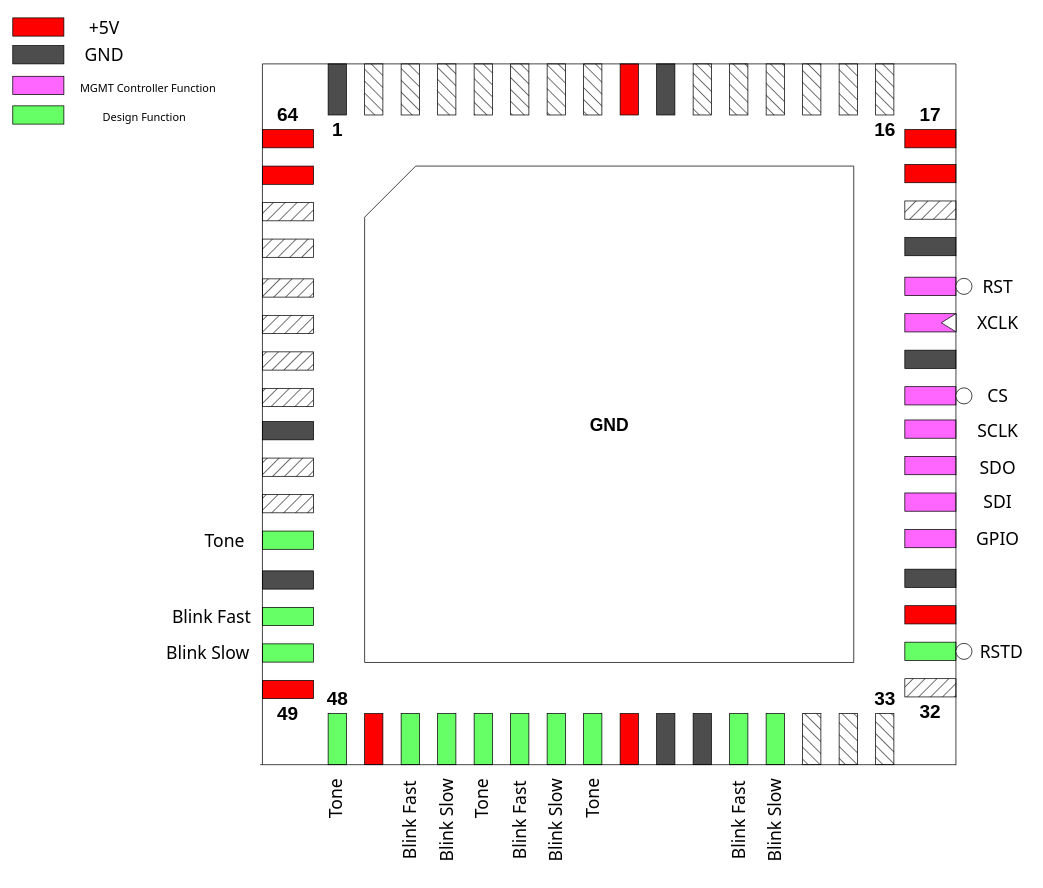
Earlier version of the draw.io diagram verilog/rtl/Blinker/pinout.drawio (AvalonSemiconductors/gfmpw1-multi). Source tidied: cells renumbered, new cells numbered last; positions are measured from the earlier drawing's top-left corner, leaving out a move shared by most shapes. Both pictures are drawn from the tidied source at 73%, with x=0, y=0 at pixel (12, 12).
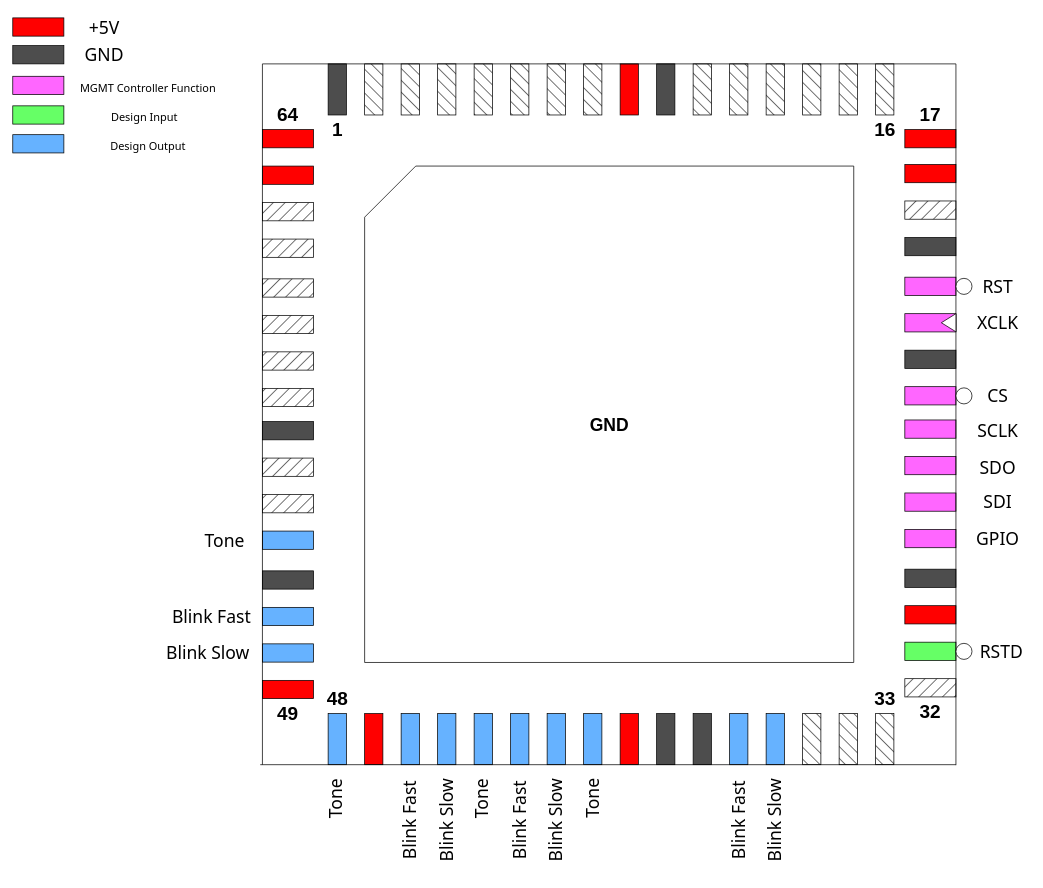
After the change.

Diff of the diagram source:
```diff
@@
-    <mxCell id="13" style="rounded=0;whiteSpace=wrap;html=1;fillColor=#66FF66;" parent="1" vertex="1">
+    <mxCell id="13" style="rounded=0;whiteSpace=wrap;html=1;fillColor=#66B2FF;" parent="1" vertex="1">
       <mxGeometry x="342" y="711" width="70" height="25" as="geometry" />
     </mxCell>
@@
-    <mxCell id="15" style="rounded=0;whiteSpace=wrap;html=1;fillColor=#66FF66;" parent="1" vertex="1">
+    <mxCell id="15" style="rounded=0;whiteSpace=wrap;html=1;fillColor=#66B2FF;" parent="1" vertex="1">
       <mxGeometry x="342" y="815.5" width="70" height="25" as="geometry" />
     </mxCell>
-    <mxCell id="16" style="rounded=0;whiteSpace=wrap;html=1;fillColor=#66FF66;" parent="1" vertex="1">
+    <mxCell id="16" style="rounded=0;whiteSpace=wrap;html=1;fillColor=#66B2FF;" parent="1" vertex="1">
       <mxGeometry x="342" y="865.5" width="70" height="25" as="geometry" />
     </mxCell>
@@
-    <mxCell id="34" style="rounded=0;whiteSpace=wrap;html=1;direction=south;fillColor=#66FF66;" parent="1" vertex="1">
+    <mxCell id="34" style="rounded=0;whiteSpace=wrap;html=1;direction=south;fillColor=#66B2FF;" parent="1" vertex="1">
       <mxGeometry x="432" y="961" width="25" height="70" as="geometry" />
     </mxCell>
@@
-    <mxCell id="36" style="rounded=0;whiteSpace=wrap;html=1;direction=south;fillColor=#66FF66;" parent="1" vertex="1">
+    <mxCell id="36" style="rounded=0;whiteSpace=wrap;html=1;direction=south;fillColor=#66B2FF;" parent="1" vertex="1">
       <mxGeometry x="532" y="961" width="25" height="70" as="geometry" />
     </mxCell>
-    <mxCell id="37" style="rounded=0;whiteSpace=wrap;html=1;direction=south;fillColor=#66FF66;" parent="1" vertex="1">
+    <mxCell id="37" style="rounded=0;whiteSpace=wrap;html=1;direction=south;fillColor=#66B2FF;" parent="1" vertex="1">
       <mxGeometry x="582" y="961" width="25" height="70" as="geometry" />
     </mxCell>
-    <mxCell id="38" style="rounded=0;whiteSpace=wrap;html=1;direction=south;fillColor=#66FF66;" parent="1" vertex="1">
+    <mxCell id="38" style="rounded=0;whiteSpace=wrap;html=1;direction=south;fillColor=#66B2FF;" parent="1" vertex="1">
       <mxGeometry x="632" y="961" width="25" height="70" as="geometry" />
     </mxCell>
-    <mxCell id="39" style="rounded=0;whiteSpace=wrap;html=1;direction=south;fillColor=#66FF66;" parent="1" vertex="1">
+    <mxCell id="39" style="rounded=0;whiteSpace=wrap;html=1;direction=south;fillColor=#66B2FF;" parent="1" vertex="1">
       <mxGeometry x="682" y="961" width="25" height="70" as="geometry" />
     </mxCell>
-    <mxCell id="40" style="rounded=0;whiteSpace=wrap;html=1;direction=south;fillColor=#66FF66;" parent="1" vertex="1">
+    <mxCell id="40" style="rounded=0;whiteSpace=wrap;html=1;direction=south;fillColor=#66B2FF;" parent="1" vertex="1">
       <mxGeometry x="732" y="961" width="25" height="70" as="geometry" />
     </mxCell>
-    <mxCell id="41" style="rounded=0;whiteSpace=wrap;html=1;direction=south;fillColor=#66FF66;" parent="1" vertex="1">
+    <mxCell id="41" style="rounded=0;whiteSpace=wrap;html=1;direction=south;fillColor=#66B2FF;" parent="1" vertex="1">
       <mxGeometry x="782" y="961" width="25" height="70" as="geometry" />
     </mxCell>
@@
-    <mxCell id="45" style="rounded=0;whiteSpace=wrap;html=1;direction=south;fillColor=#66FF66;" parent="1" vertex="1">
+    <mxCell id="45" style="rounded=0;whiteSpace=wrap;html=1;direction=south;fillColor=#66B2FF;" parent="1" vertex="1">
       <mxGeometry x="982" y="961" width="25" height="70" as="geometry" />
     </mxCell>
-    <mxCell id="46" style="rounded=0;whiteSpace=wrap;html=1;direction=south;fillColor=#66FF66;" parent="1" vertex="1">
+    <mxCell id="46" style="rounded=0;whiteSpace=wrap;html=1;direction=south;fillColor=#66B2FF;" parent="1" vertex="1">
       <mxGeometry x="1032" y="961" width="25" height="70" as="geometry" />
     </mxCell>
@@
-    <mxCell id="114" value="&lt;div style=&quot;font-size: 23px;&quot;&gt;&lt;font style=&quot;font-size: 15px;&quot;&gt;Design Function&lt;/font&gt;&lt;/div&gt;" style="text;html=1;align=center;verticalAlign=middle;strokeColor=none;fillColor=none;fontFamily=Tahoma;" parent="1" vertex="1">
-      <mxGeometry x="110" y="121" width="140" height="40" as="geometry" />
+    <mxCell id="114" value="&lt;div style=&quot;font-size: 23px;&quot;&gt;&lt;font style=&quot;font-size: 15px;&quot;&gt;Design Input&lt;/font&gt;&lt;/div&gt;" style="text;html=1;align=center;verticalAlign=middle;strokeColor=none;fillColor=none;fontFamily=Tahoma;" parent="1" vertex="1">
+      <mxGeometry x="120" y="121" width="120" height="40" as="geometry" />
     </mxCell>
@@
+    <mxCell id="116" style="rounded=0;whiteSpace=wrap;html=1;fillColor=#66B2FF;" parent="1" vertex="1">
+      <mxGeometry y="168" width="70" height="25" as="geometry" />
+    </mxCell>
+    <mxCell id="117" value="&lt;div style=&quot;font-size: 23px;&quot;&gt;&lt;font style=&quot;font-size: 15px;&quot;&gt;Design Output&lt;/font&gt;&lt;/div&gt;" style="text;html=1;align=center;verticalAlign=middle;strokeColor=none;fillColor=none;fontFamily=Tahoma;" parent="1" vertex="1">
+      <mxGeometry x="120" y="160.5" width="130" height="40" as="geometry" />
+    </mxCell>
```
